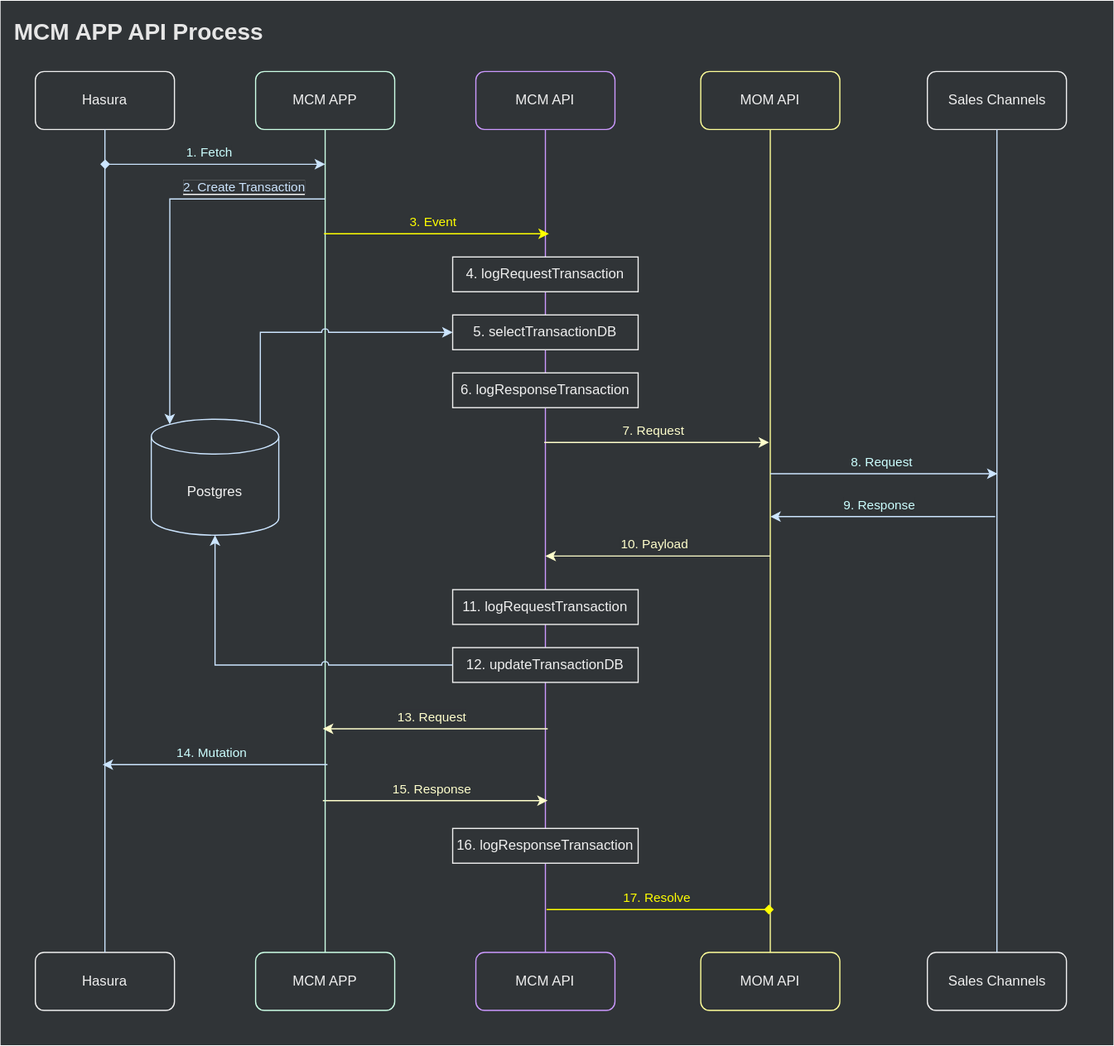
Before: assets/.draw.io/documents/geclio2-mcm-app-api.svg, a diagram exported from draw.io (jiholee-ntwglobal/jiholee-ntwglobal.github.io). Source tidied: cells renumbered, new cells last; positions are measured from the earlier drawing's top-left corner, leaving out a move shared by most shapes.
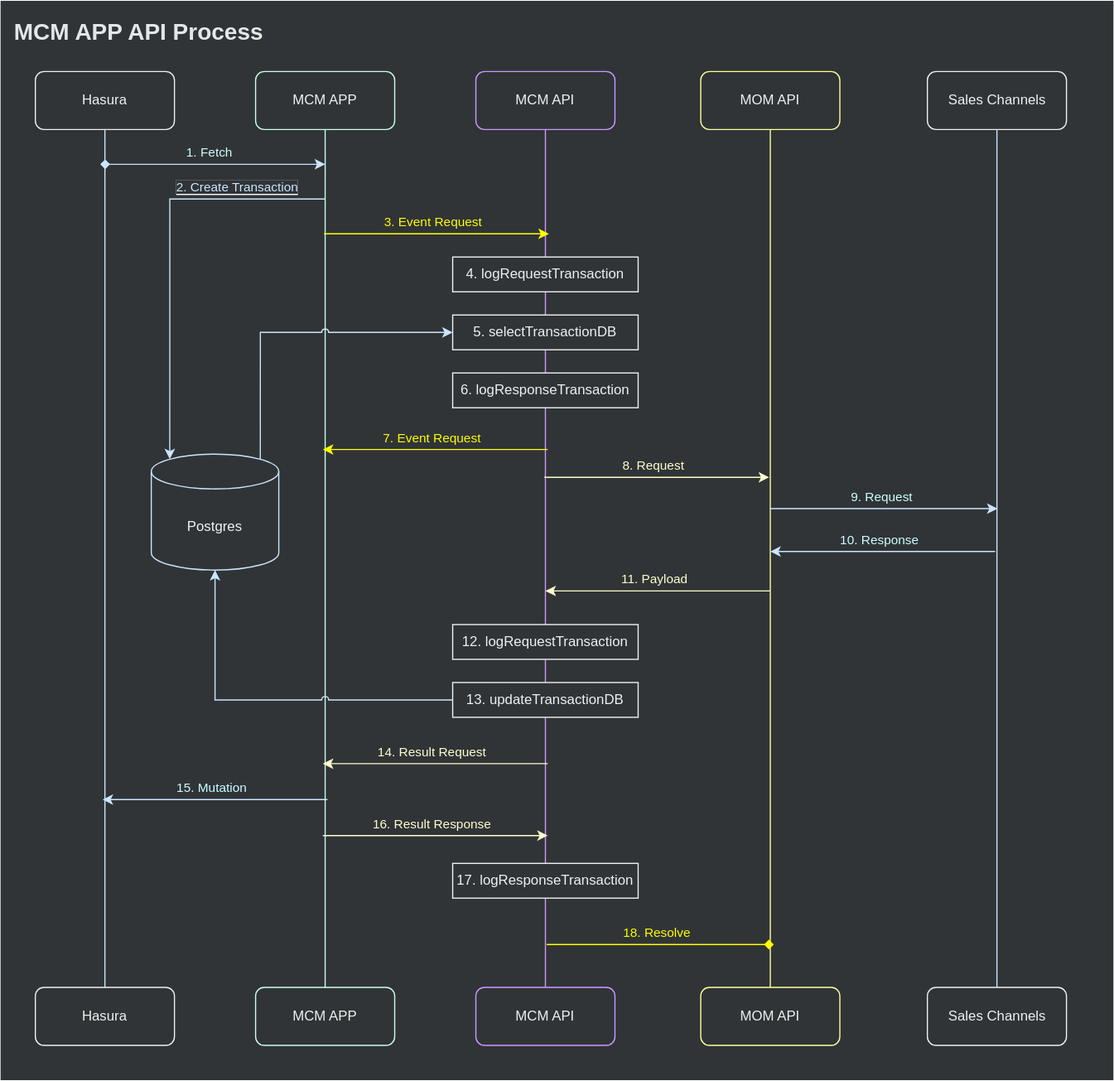
After the commit.

Change to the diagram source:
```diff
@@ -3,7 +3,7 @@
     <mxCell id="0" />
     <mxCell id="1" value="Background" parent="0" />
     <mxCell id="2" style="rounded=0;whiteSpace=wrap;html=1;strokeColor=none;fontColor=#F0F0F0;labelBackgroundColor=none;fillColor=#303437;" parent="1" vertex="1">
-      <mxGeometry width="960" height="901" as="geometry" />
+      <mxGeometry width="960" height="931" as="geometry" />
     </mxCell>
     <mxCell id="3" value="Foreground" parent="0" />
     <mxCell id="4" value="Sales Channels" style="rounded=1;whiteSpace=wrap;html=1;fontColor=#F0F0F0;strokeColor=#F0F0F0;fillColor=#303437;" parent="3" vertex="1">
@@ -19,16 +19,16 @@
       <mxGeometry x="30" y="61" width="120" height="50" as="geometry" />
     </mxCell>
     <mxCell id="8" value="Sales Channels" style="rounded=1;whiteSpace=wrap;html=1;fontColor=#F0F0F0;strokeColor=#F0F0F0;fillColor=#303437;" parent="3" vertex="1">
-      <mxGeometry x="799.5" y="821" width="120" height="50" as="geometry" />
+      <mxGeometry x="799.5" y="851" width="120" height="50" as="geometry" />
     </mxCell>
     <mxCell id="9" value="MCM API" style="rounded=1;whiteSpace=wrap;html=1;fontColor=#F0F0F0;strokeColor=#CC99FF;fillColor=#303437;" parent="3" vertex="1">
-      <mxGeometry x="410" y="821" width="120" height="50" as="geometry" />
+      <mxGeometry x="410" y="851" width="120" height="50" as="geometry" />
     </mxCell>
     <mxCell id="10" value="MOM API" style="rounded=1;whiteSpace=wrap;html=1;fontColor=#F0F0F0;fillColor=#303437;strokeColor=#FFFF99;" parent="3" vertex="1">
-      <mxGeometry x="604" y="821" width="120" height="50" as="geometry" />
+      <mxGeometry x="604" y="851" width="120" height="50" as="geometry" />
     </mxCell>
     <mxCell id="11" value="Hasura" style="rounded=1;whiteSpace=wrap;html=1;fontColor=#F0F0F0;strokeColor=#F0F0F0;fillColor=#303437;" parent="3" vertex="1">
-      <mxGeometry x="30" y="821" width="120" height="50" as="geometry" />
+      <mxGeometry x="30" y="851" width="120" height="50" as="geometry" />
     </mxCell>
     <mxCell id="12" style="endArrow=none;html=1;entryX=0.5;entryY=1;entryDx=0;entryDy=0;exitX=0.5;exitY=0;exitDx=0;exitDy=0;strokeColor=#CC99FF;" parent="3" edge="1" source="9" target="5">
       <mxGeometry relative="1" as="geometry" />
@@ -48,32 +48,32 @@
         <mxPoint x="280" y="141" as="targetPoint" />
       </mxGeometry>
     </mxCell>
-    <mxCell id="17" value="&lt;font color=&quot;#ccffff&quot; style=&quot;background-color: rgb(48 , 52 , 55)&quot;&gt;9. Response&lt;/font&gt;" style="endArrow=none;html=1;strokeColor=#CCE5FF;startArrow=classic;startFill=1;endFill=0;labelBackgroundColor=#303437;" parent="3" edge="1">
+    <mxCell id="17" value="&lt;font color=&quot;#ccffff&quot; style=&quot;background-color: rgb(48 , 52 , 55)&quot;&gt;10. Response&lt;/font&gt;" style="endArrow=none;html=1;strokeColor=#CCE5FF;startArrow=classic;startFill=1;endFill=0;labelBackgroundColor=#303437;" parent="3" edge="1">
       <mxGeometry x="-0.03" y="10" relative="1" as="geometry">
-        <mxPoint x="664" y="445" as="sourcePoint" />
-        <mxPoint x="858" y="445" as="targetPoint" />
+        <mxPoint x="664" y="475" as="sourcePoint" />
+        <mxPoint x="858" y="475" as="targetPoint" />
       </mxGeometry>
     </mxCell>
-    <mxCell id="18" value="&lt;font style=&quot;background-color: rgb(48 , 52 , 55)&quot; color=&quot;#ffffcc&quot;&gt;15. Response&lt;/font&gt;" style="endArrow=classic;html=1;labelBackgroundColor=#303437;strokeColor=#FFFFCC;" parent="3" edge="1">
+    <mxCell id="18" value="&lt;font style=&quot;background-color: rgb(48 , 52 , 55)&quot; color=&quot;#ffffcc&quot;&gt;16. Result Response&lt;/font&gt;" style="endArrow=classic;html=1;labelBackgroundColor=#303437;strokeColor=#FFFFCC;" parent="3" edge="1">
       <mxGeometry x="-0.03" y="10" relative="1" as="geometry">
-        <mxPoint x="278" y="690" as="sourcePoint" />
-        <mxPoint x="472" y="690" as="targetPoint" />
+        <mxPoint x="278" y="720" as="sourcePoint" />
+        <mxPoint x="472" y="720" as="targetPoint" />
       </mxGeometry>
     </mxCell>
-    <mxCell id="19" value="&lt;font style=&quot;background-color: rgb(48 , 52 , 55)&quot; color=&quot;#ffffcc&quot;&gt;10. Payload&lt;/font&gt;" style="endArrow=none;html=1;startArrow=classic;startFill=1;endFill=0;labelBackgroundColor=#303437;strokeColor=#FFFFCC;" parent="3" edge="1">
+    <mxCell id="19" value="&lt;font style=&quot;background-color: rgb(48 , 52 , 55)&quot; color=&quot;#ffffcc&quot;&gt;11. Payload&lt;/font&gt;" style="endArrow=none;html=1;startArrow=classic;startFill=1;endFill=0;labelBackgroundColor=#303437;strokeColor=#FFFFCC;" parent="3" edge="1">
       <mxGeometry x="-0.03" y="10" relative="1" as="geometry">
-        <mxPoint x="470" y="479" as="sourcePoint" />
-        <mxPoint x="664" y="479" as="targetPoint" />
+        <mxPoint x="470" y="509" as="sourcePoint" />
+        <mxPoint x="664" y="509" as="targetPoint" />
       </mxGeometry>
     </mxCell>
-    <mxCell id="20" value="11. logRequestTransaction" style="rounded=0;whiteSpace=wrap;html=1;fontColor=#F0F0F0;strokeColor=#F0F0F0;fillColor=#303437;" parent="3" vertex="1">
-      <mxGeometry x="390" y="508" width="160" height="30" as="geometry" />
+    <mxCell id="20" value="12. logRequestTransaction" style="rounded=0;whiteSpace=wrap;html=1;fontColor=#F0F0F0;strokeColor=#F0F0F0;fillColor=#303437;" parent="3" vertex="1">
+      <mxGeometry x="390" y="538" width="160" height="30" as="geometry" />
     </mxCell>
-    <mxCell id="21" value="16. logResponseTransaction" style="rounded=0;whiteSpace=wrap;html=1;fontColor=#F0F0F0;strokeColor=#F0F0F0;fillColor=#303437;" parent="3" vertex="1">
-      <mxGeometry x="390" y="714" width="160" height="30" as="geometry" />
+    <mxCell id="21" value="17. logResponseTransaction" style="rounded=0;whiteSpace=wrap;html=1;fontColor=#F0F0F0;strokeColor=#F0F0F0;fillColor=#303437;" parent="3" vertex="1">
+      <mxGeometry x="390" y="744" width="160" height="30" as="geometry" />
     </mxCell>
-    <mxCell id="22" value="12. updateTransactionDB" style="rounded=0;whiteSpace=wrap;html=1;fontColor=#F0F0F0;strokeColor=#F0F0F0;fillColor=#303437;" parent="3" vertex="1">
-      <mxGeometry x="390" y="558" width="160" height="30" as="geometry" />
+    <mxCell id="22" value="13. updateTransactionDB" style="rounded=0;whiteSpace=wrap;html=1;fontColor=#F0F0F0;strokeColor=#F0F0F0;fillColor=#303437;" parent="3" vertex="1">
+      <mxGeometry x="390" y="588" width="160" height="30" as="geometry" />
     </mxCell>
     <mxCell id="23" value="&lt;b&gt;MCM APP API Process&lt;/b&gt;" style="text;html=1;strokeColor=none;fillColor=none;align=left;verticalAlign=middle;whiteSpace=wrap;rounded=0;fontSize=20;fontColor=#E6E6E6;" parent="3" vertex="1">
       <mxGeometry x="10" y="11" width="420" height="30" as="geometry" />
@@ -82,48 +82,48 @@
       <mxGeometry x="220" y="61" width="120" height="50" as="geometry" />
     </mxCell>
     <mxCell id="25" value="MCM APP" style="rounded=1;whiteSpace=wrap;html=1;fontColor=#F0F0F0;fillColor=#303437;strokeColor=#CCFFE6;" parent="3" vertex="1">
-      <mxGeometry x="220" y="821" width="120" height="50" as="geometry" />
+      <mxGeometry x="220" y="851" width="120" height="50" as="geometry" />
     </mxCell>
     <mxCell id="26" style="endArrow=none;html=1;entryX=0.5;entryY=1;entryDx=0;entryDy=0;exitX=0.5;exitY=0;exitDx=0;exitDy=0;strokeColor=#CCFFE6;jumpStyle=none;" parent="3" edge="1" source="25" target="24">
       <mxGeometry relative="1" as="geometry" />
     </mxCell>
-    <mxCell id="27" value="&lt;font color=&quot;#ffff00&quot; style=&quot;background-color: rgb(48 , 52 , 55)&quot;&gt;3. Event&lt;/font&gt;" style="endArrow=classic;html=1;strokeColor=#FFFF00;labelBackgroundColor=#303437;" parent="3" edge="1">
+    <mxCell id="27" value="&lt;font color=&quot;#ffff00&quot; style=&quot;background-color: rgb(48 , 52 , 55)&quot;&gt;3. Event Request&lt;/font&gt;" style="endArrow=classic;html=1;strokeColor=#FFFF00;labelBackgroundColor=#303437;" parent="3" edge="1">
       <mxGeometry x="-0.03" y="10" relative="1" as="geometry">
         <mxPoint x="279" y="201" as="sourcePoint" />
         <mxPoint x="473" y="201" as="targetPoint" />
       </mxGeometry>
     </mxCell>
-    <mxCell id="28" value="&lt;font color=&quot;#ccffff&quot; style=&quot;background-color: rgb(48 , 52 , 55)&quot;&gt;8. Request&lt;/font&gt;" style="endArrow=none;html=1;strokeColor=#CCE5FF;startArrow=classic;startFill=1;endFill=0;labelBackgroundColor=#303437;" parent="3" edge="1">
+    <mxCell id="28" value="&lt;font color=&quot;#ccffff&quot; style=&quot;background-color: rgb(48 , 52 , 55)&quot;&gt;9. Request&lt;/font&gt;" style="endArrow=none;html=1;strokeColor=#CCE5FF;startArrow=classic;startFill=1;endFill=0;labelBackgroundColor=#303437;" parent="3" edge="1">
       <mxGeometry x="0.02" y="-10" relative="1" as="geometry">
-        <mxPoint x="860" y="408" as="sourcePoint" />
-        <mxPoint x="664" y="408" as="targetPoint" />
+        <mxPoint x="860" y="438" as="sourcePoint" />
+        <mxPoint x="664" y="438" as="targetPoint" />
       </mxGeometry>
     </mxCell>
     <mxCell id="29" value="5. selectTransactionDB" style="rounded=0;whiteSpace=wrap;html=1;fontColor=#F0F0F0;strokeColor=#F0F0F0;fillColor=#303437;" parent="3" vertex="1">
       <mxGeometry x="390" y="271" width="160" height="30" as="geometry" />
     </mxCell>
-    <mxCell id="30" value="&lt;font style=&quot;background-color: rgb(48 , 52 , 55)&quot; color=&quot;#ffffcc&quot;&gt;13. Request&lt;/font&gt;" style="endArrow=none;html=1;startArrow=classic;startFill=1;endFill=0;labelBackgroundColor=#303437;strokeColor=#FFFFCC;" parent="3" edge="1">
+    <mxCell id="30" value="&lt;font style=&quot;background-color: rgb(48 , 52 , 55)&quot; color=&quot;#ffffcc&quot;&gt;14. Result Request&lt;/font&gt;" style="endArrow=none;html=1;startArrow=classic;startFill=1;endFill=0;labelBackgroundColor=#303437;strokeColor=#FFFFCC;" parent="3" edge="1">
       <mxGeometry x="-0.03" y="10" relative="1" as="geometry">
-        <mxPoint x="278" y="628" as="sourcePoint" />
-        <mxPoint x="472" y="628" as="targetPoint" />
+        <mxPoint x="278" y="658" as="sourcePoint" />
+        <mxPoint x="472" y="658" as="targetPoint" />
       </mxGeometry>
     </mxCell>
-    <mxCell id="31" value="&lt;font style=&quot;background-color: rgb(48 , 52 , 55)&quot;&gt;17. Resolve&lt;/font&gt;" style="endArrow=diamond;html=1;labelBackgroundColor=#303437;fontColor=#FFFF00;strokeColor=#FFFF00;endFill=1;" parent="3" edge="1">
+    <mxCell id="31" value="&lt;font style=&quot;background-color: rgb(48 , 52 , 55)&quot;&gt;18. Resolve&lt;/font&gt;" style="endArrow=diamond;html=1;labelBackgroundColor=#303437;fontColor=#FFFF00;strokeColor=#FFFF00;endFill=1;" parent="3" edge="1">
       <mxGeometry x="-0.03" y="10" relative="1" as="geometry">
-        <mxPoint x="471" y="784" as="sourcePoint" />
-        <mxPoint x="667" y="784" as="targetPoint" />
+        <mxPoint x="471" y="814" as="sourcePoint" />
+        <mxPoint x="667" y="814" as="targetPoint" />
       </mxGeometry>
     </mxCell>
-    <mxCell id="32" value="&lt;font color=&quot;#ffffcc&quot; style=&quot;background-color: rgb(48 , 52 , 55)&quot;&gt;7. Request&lt;/font&gt;" style="endArrow=classic;html=1;labelBackgroundColor=#303437;strokeColor=#FFFFCC;" parent="3" edge="1">
+    <mxCell id="32" value="&lt;font color=&quot;#ffffcc&quot; style=&quot;background-color: rgb(48 , 52 , 55)&quot;&gt;8. Request&lt;/font&gt;" style="endArrow=classic;html=1;labelBackgroundColor=#303437;strokeColor=#FFFFCC;" parent="3" edge="1">
       <mxGeometry x="-0.03" y="10" relative="1" as="geometry">
-        <mxPoint x="469" y="381" as="sourcePoint" />
-        <mxPoint x="663" y="381" as="targetPoint" />
+        <mxPoint x="469" y="411" as="sourcePoint" />
+        <mxPoint x="663" y="411" as="targetPoint" />
       </mxGeometry>
     </mxCell>
-    <mxCell id="33" value="&lt;font color=&quot;#ccffff&quot; style=&quot;background-color: rgb(48 , 52 , 55)&quot;&gt;14. Mutation&lt;/font&gt;" style="endArrow=none;html=1;strokeColor=#CCE5FF;startArrow=classic;startFill=1;endFill=0;labelBackgroundColor=#303437;" parent="3" edge="1">
+    <mxCell id="33" value="&lt;font color=&quot;#ccffff&quot; style=&quot;background-color: rgb(48 , 52 , 55)&quot;&gt;15. Mutation&lt;/font&gt;" style="endArrow=none;html=1;strokeColor=#CCE5FF;startArrow=classic;startFill=1;endFill=0;labelBackgroundColor=#303437;" parent="3" edge="1">
       <mxGeometry x="-0.03" y="10" relative="1" as="geometry">
-        <mxPoint x="88" y="659" as="sourcePoint" />
-        <mxPoint x="282" y="659" as="targetPoint" />
+        <mxPoint x="88" y="689" as="sourcePoint" />
+        <mxPoint x="282" y="689" as="targetPoint" />
       </mxGeometry>
     </mxCell>
     <mxCell id="34" value="4. logRequestTransaction" style="rounded=0;whiteSpace=wrap;html=1;fontColor=#F0F0F0;strokeColor=#F0F0F0;fillColor=#303437;" parent="3" vertex="1">
@@ -142,7 +142,7 @@
     <mxCell id="37" style="edgeStyle=orthogonalEdgeStyle;rounded=0;jumpStyle=arc;jettySize=auto;html=1;entryX=0;entryY=0.5;entryDx=0;entryDy=0;startArrow=classic;startFill=1;endArrow=none;endFill=0;strokeColor=#CCE5FF;" parent="3" edge="1" source="39" target="22">
       <mxGeometry relative="1" as="geometry">
         <Array as="points">
-          <mxPoint x="185" y="573" />
+          <mxPoint x="185" y="603" />
         </Array>
       </mxGeometry>
     </mxCell>
@@ -156,7 +156,13 @@
       </mxGeometry>
     </mxCell>
     <mxCell id="39" value="&lt;font color=&quot;#f2f2f2&quot;&gt;Postgres&lt;/font&gt;" style="shape=cylinder3;whiteSpace=wrap;html=1;boundedLbl=1;backgroundOutline=1;size=15;fillColor=#303437;strokeColor=#CCE5FF;" parent="3" vertex="1">
-      <mxGeometry x="130" y="361" width="110" height="100" as="geometry" />
+      <mxGeometry x="130" y="391" width="110" height="100" as="geometry" />
     </mxCell>
+    <mxCell id="40" value="&lt;font style=&quot;background-color: rgb(48 , 52 , 55)&quot; color=&quot;#ffff00&quot;&gt;7. Event Request&lt;/font&gt;" style="endArrow=none;html=1;startArrow=classic;startFill=1;endFill=0;labelBackgroundColor=#303437;strokeColor=#FFFF00;" parent="3" edge="1">
+      <mxGeometry x="-0.03" y="10" relative="1" as="geometry">
+        <mxPoint x="278" y="387" as="sourcePoint" />
+        <mxPoint x="472" y="387" as="targetPoint" />
+      </mxGeometry>
+    </mxCell>
   </root>
 </mxGraphModel>
```
